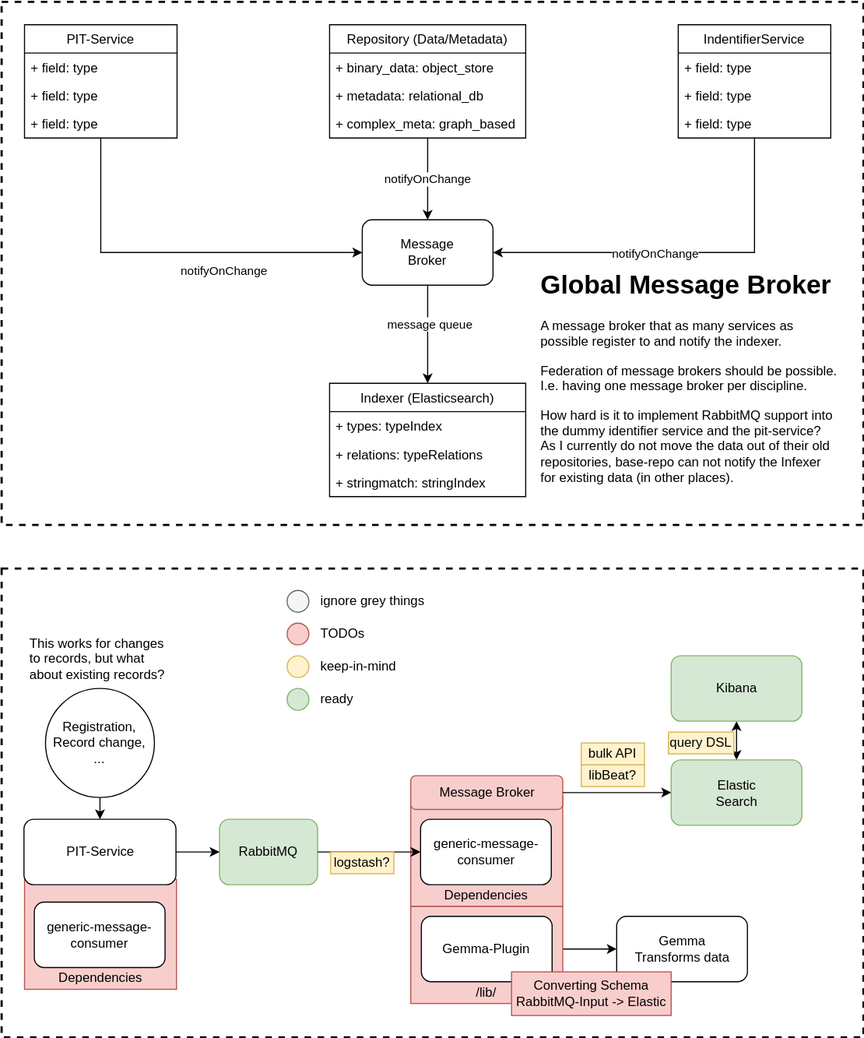
kit-data-manager/testbed4inf keeps this draw.io diagram as documentation/images/usecase_indexing.drawio.svg. Above is the earlier version. Source tidied: cells renumbered, new cells last; positions are measured from the earlier drawing's top-left corner, leaving out a move shared by most shapes.
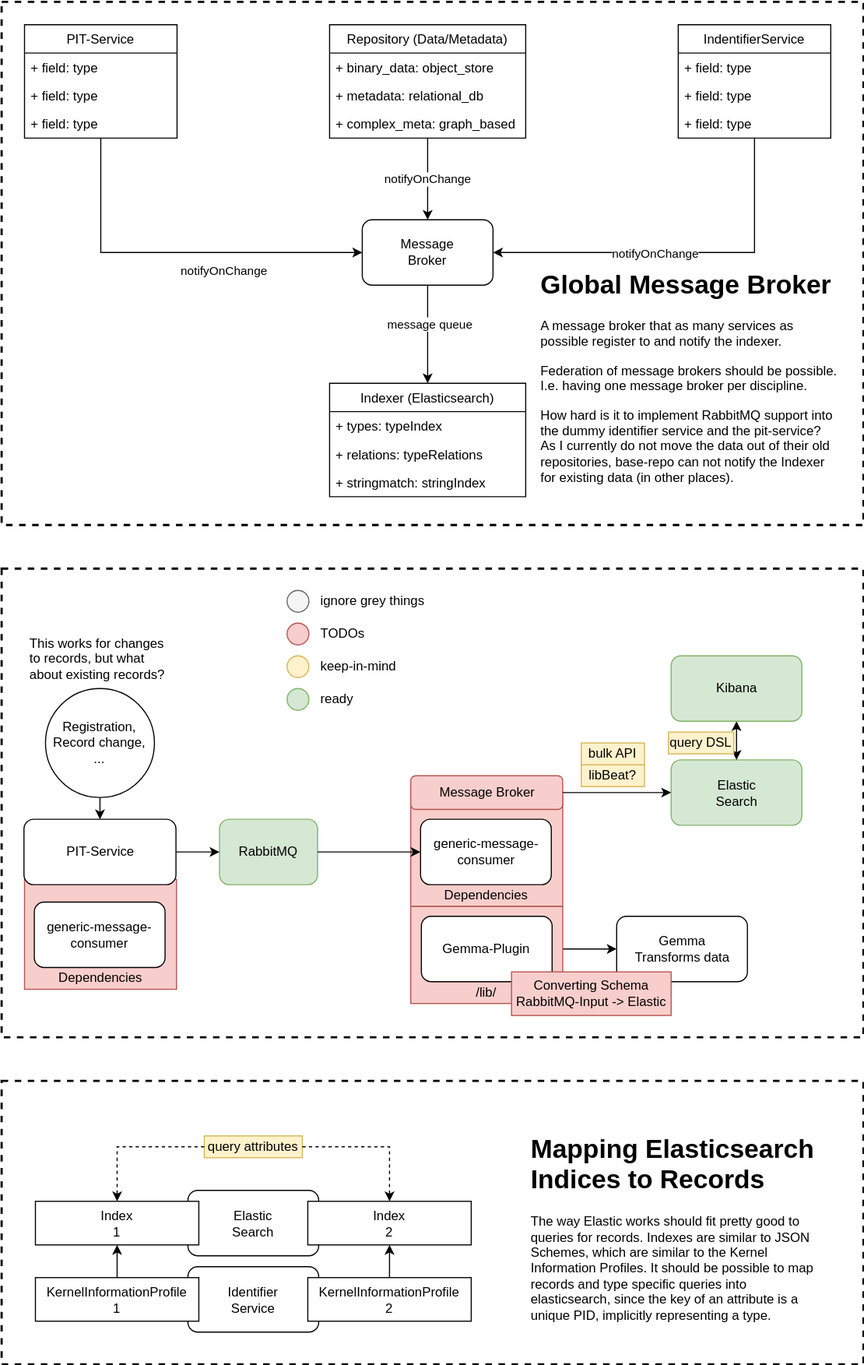
The same file after the commit.

Commit message:
Add notes about elasticsearch record mapping.

Diff of the diagram source:
```diff
@@ -152,9 +152,6 @@
     <mxCell id="51" value="ignore grey things" style="text;html=1;strokeColor=none;fillColor=none;align=left;verticalAlign=middle;whiteSpace=wrap;rounded=0;" parent="49" vertex="1">
       <mxGeometry x="29" width="99" height="20" as="geometry" />
     </mxCell>
-    <mxCell id="52" value="logstash?" style="rounded=0;whiteSpace=wrap;html=1;rotation=0;fillColor=#fff2cc;strokeColor=#d6b656;" parent="2" vertex="1">
-      <mxGeometry x="302" y="260" width="58" height="20" as="geometry" />
-    </mxCell>
     <mxCell id="53" value="libBeat?" style="rounded=0;whiteSpace=wrap;html=1;rotation=0;fillColor=#fff2cc;strokeColor=#d6b656;" parent="2" vertex="1">
       <mxGeometry x="532" y="180" width="58" height="20" as="geometry" />
     </mxCell>
@@ -236,7 +233,7 @@
     <mxCell id="75" value="notifyOnChange" style="edgeLabel;html=1;align=center;verticalAlign=middle;" parent="74" vertex="1">
       <mxGeometry x="-0.02" y="-1" relative="1" as="geometry" />
     </mxCell>
-    <mxCell id="76" value="&lt;h1&gt;Global Message Broker&lt;/h1&gt;&lt;p&gt;A message broker that as many services as possible register to and notify the indexer.&lt;/p&gt;&lt;p&gt;Federation of message brokers should be possible. I.e. having one message broker per discipline.&lt;/p&gt;&lt;p&gt;How hard is it to implement RabbitMQ support into the dummy identifier service and the pit-service? As I currently do not move the data out of their old repositories, base-repo can not notify the Infexer for existing data (in other places).&lt;/p&gt;" style="text;html=1;strokeColor=none;fillColor=none;spacing=5;spacingTop=-20;whiteSpace=wrap;overflow=hidden;rounded=0;" parent="56" vertex="1">
+    <mxCell id="76" value="&lt;h1&gt;Global Message Broker&lt;/h1&gt;&lt;p&gt;A message broker that as many services as possible register to and notify the indexer.&lt;/p&gt;&lt;p&gt;Federation of message brokers should be possible. I.e. having one message broker per discipline.&lt;/p&gt;&lt;p&gt;How hard is it to implement RabbitMQ support into the dummy identifier service and the pit-service? As I currently do not move the data out of their old repositories, base-repo can not notify the Indexer for existing data (in other places).&lt;/p&gt;" style="text;html=1;strokeColor=none;fillColor=none;spacing=5;spacingTop=-20;whiteSpace=wrap;overflow=hidden;rounded=0;" parent="56" vertex="1">
       <mxGeometry x="490" y="240" width="281" height="220" as="geometry" />
     </mxCell>
     <mxCell id="77" style="edgeStyle=orthogonalEdgeStyle;rounded=0;jettySize=auto;html=1;" parent="56" edge="1" source="69" target="79">
@@ -257,5 +254,51 @@
     <mxCell id="82" value="+ stringmatch: stringIndex" style="text;strokeColor=none;fillColor=none;align=left;verticalAlign=top;spacingLeft=4;spacingRight=4;overflow=hidden;" parent="79" vertex="1">
       <mxGeometry y="78" width="180" height="26" as="geometry" />
     </mxCell>
+    <mxCell id="83" style="rounded=0;whiteSpace=wrap;html=1;dashed=1;strokeWidth=2;movableLabel=0;comic=0;" parent="1" vertex="1">
+      <mxGeometry y="990" width="791" height="260" as="geometry" />
+    </mxCell>
+    <mxCell id="84" value="&lt;h1&gt;Mapping Elasticsearch Indices to Records&lt;/h1&gt;&lt;p&gt;The way Elastic works should fit pretty good to queries for records. Indexes are similar to JSON Schemes, which are similar to the Kernel Information Profiles. It should be possible to map records and type specific queries into elasticsearch, since the key of an attribute is a unique PID, implicitly representing a type.&lt;/p&gt;" style="text;html=1;strokeColor=none;fillColor=none;spacing=5;spacingTop=-20;whiteSpace=wrap;overflow=hidden;rounded=0;verticalAlign=bottom;" parent="83" vertex="1">
+      <mxGeometry x="481" y="30" width="279.5" height="210" as="geometry" />
+    </mxCell>
+    <mxCell id="52" value="query attributes" style="rounded=0;whiteSpace=wrap;html=1;rotation=0;fillColor=#fff2cc;strokeColor=#d6b656;" parent="83" vertex="1">
+      <mxGeometry x="186" y="50.5" width="90" height="20" as="geometry" />
+    </mxCell>
+    <mxCell id="85" style="edgeStyle=orthogonalEdgeStyle;rounded=0;jettySize=auto;html=1;dashed=1;" parent="83" edge="1" source="52" target="90">
+      <mxGeometry relative="1" as="geometry" />
+    </mxCell>
+    <mxCell id="86" style="edgeStyle=orthogonalEdgeStyle;rounded=0;jettySize=auto;html=1;dashed=1;" parent="83" edge="1" source="52" target="93">
+      <mxGeometry relative="1" as="geometry">
+        <Array as="points">
+          <mxPoint x="106" y="60.5" />
+        </Array>
+      </mxGeometry>
+    </mxCell>
+    <mxCell id="87" style="group;" parent="83" vertex="1">
+      <mxGeometry x="31" y="29.5" width="400" height="201" as="geometry" />
+    </mxCell>
+    <mxCell id="88" value="Identifier&lt;br&gt;Service" style="rounded=1;whiteSpace=wrap;html=1;" parent="87" vertex="1">
+      <mxGeometry x="140" y="141" width="120" height="60" as="geometry" />
+    </mxCell>
+    <mxCell id="89" value="Elastic&lt;br&gt;Search" style="rounded=1;whiteSpace=wrap;html=1;" parent="87" vertex="1">
+      <mxGeometry x="140" y="71" width="120" height="60" as="geometry" />
+    </mxCell>
+    <mxCell id="90" value="Index&lt;br&gt;2" style="rounded=0;whiteSpace=wrap;html=1;" parent="87" vertex="1">
+      <mxGeometry x="250" y="81" width="150" height="40" as="geometry" />
+    </mxCell>
+    <mxCell id="91" style="edgeStyle=orthogonalEdgeStyle;rounded=0;jettySize=auto;html=1;" parent="87" edge="1" source="92" target="90">
+      <mxGeometry relative="1" as="geometry" />
+    </mxCell>
+    <mxCell id="92" value="KernelInformationProfile&lt;br&gt;2" style="rounded=0;whiteSpace=wrap;html=1;" parent="87" vertex="1">
+      <mxGeometry x="250" y="151" width="150" height="40" as="geometry" />
+    </mxCell>
+    <mxCell id="93" value="Index&lt;br&gt;1" style="rounded=0;whiteSpace=wrap;html=1;" parent="87" vertex="1">
+      <mxGeometry y="81" width="150" height="40" as="geometry" />
+    </mxCell>
+    <mxCell id="94" style="edgeStyle=orthogonalEdgeStyle;rounded=0;jettySize=auto;html=1;" parent="87" edge="1" source="95" target="93">
+      <mxGeometry relative="1" as="geometry" />
+    </mxCell>
+    <mxCell id="95" value="KernelInformationProfile&lt;br&gt;1" style="rounded=0;whiteSpace=wrap;html=1;" parent="87" vertex="1">
+      <mxGeometry y="151" width="150" height="40" as="geometry" />
+    </mxCell>
   </root>
 </mxGraphModel>
```
